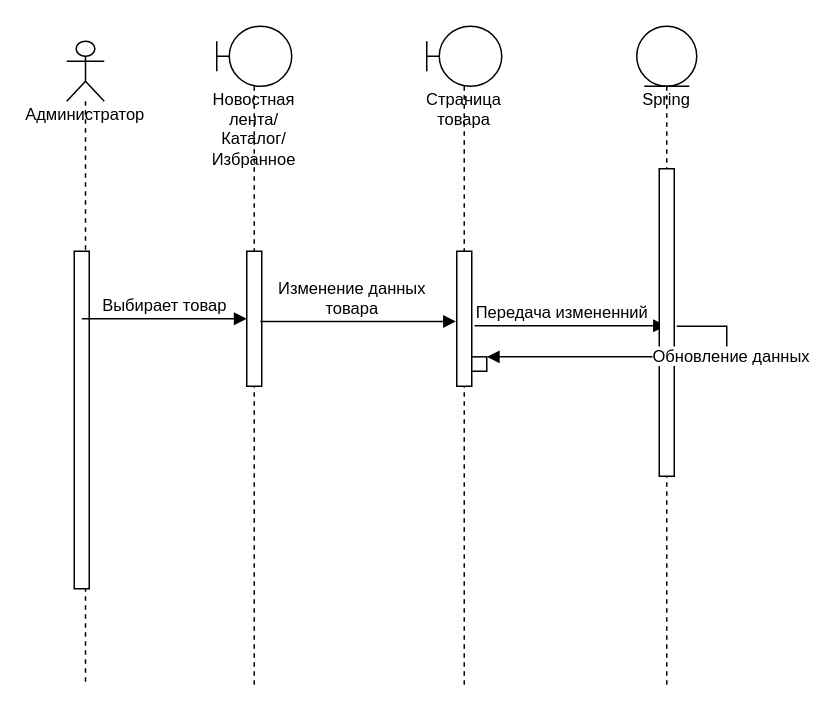
The draw.io diagram page "Администратор" (5 of 5) of Сис. инж. UseCase.drawio in Rattokun/ModelRep, before the edit. Source tidied: cells renumbered, new cells numbered last; positions are measured from the earlier drawing's top-left corner, leaving out a move shared by most shapes. Both pictures are drawn from the tidied source at 150%, with x=0, y=0 at pixel (66, 26).
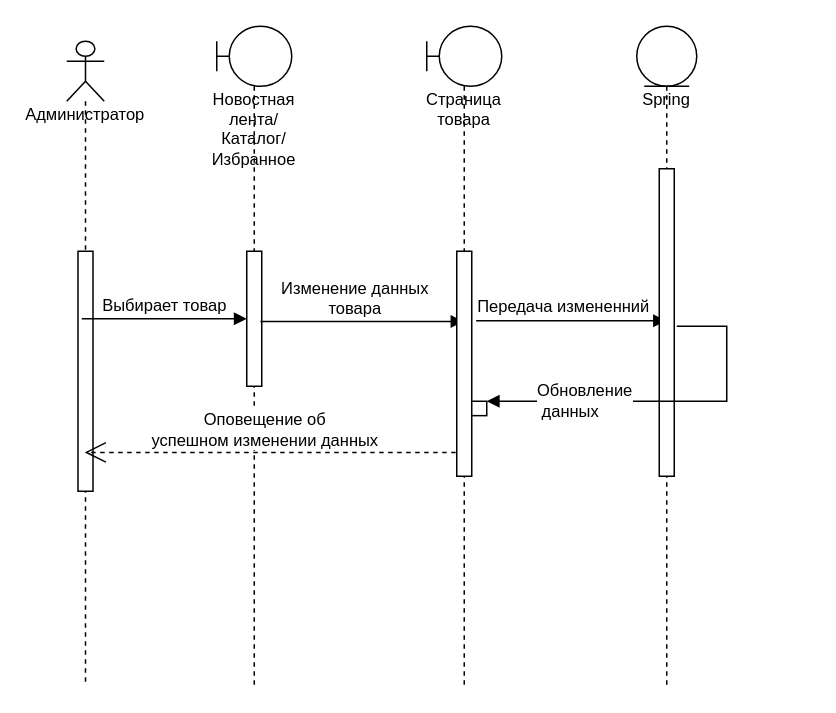
After the change.

Diff of the diagram source:
```diff
@@
 <mxGraphModel>
   <root>
     <mxCell id="0" />
     <mxCell id="1" parent="0" />
     <mxCell id="2" value="Администратор&lt;br&gt;" style="shape=umlLifeline;participant=umlActor;perimeter=lifelinePerimeter;whiteSpace=wrap;html=1;verticalAlign=top;spacingTop=36;outlineConnect=0;fontFamily=Helvetica;fontSize=11;fontColor=default;" parent="1" vertex="1">
       <mxGeometry y="10" width="25" height="430" as="geometry" />
     </mxCell>
     <mxCell id="3" style="html=1;perimeter=orthogonalPerimeter;fontFamily=Helvetica;fontSize=11;fontColor=default;" parent="2" vertex="1">
-      <mxGeometry x="5" y="140" width="10" height="225" as="geometry" />
+      <mxGeometry x="7.5" y="140" width="10" height="160" as="geometry" />
     </mxCell>
     <mxCell id="4" value="Новостная лента/Каталог/&lt;br&gt;Избранное" style="shape=umlLifeline;participant=umlBoundary;perimeter=lifelinePerimeter;whiteSpace=wrap;html=1;verticalAlign=top;spacingTop=36;fontFamily=Helvetica;fontSize=11;fontColor=default;" parent="1" vertex="1">
       <mxGeometry x="100" width="50" height="440" as="geometry" />
     </mxCell>
     <mxCell id="5" style="html=1;points=[];perimeter=orthogonalPerimeter;fontFamily=Helvetica;fontSize=11;fontColor=default;" parent="4" vertex="1">
       <mxGeometry x="20" y="150" width="10" height="90" as="geometry" />
     </mxCell>
     <mxCell id="6" value="Выбирает товар" style="html=1;verticalAlign=bottom;endArrow=block;rounded=0;labelBackgroundColor=default;strokeColor=default;fontFamily=Helvetica;fontSize=11;fontColor=default;shape=connector;" parent="1" edge="1" target="5">
       <mxGeometry relative="1" as="geometry">
         <mxPoint x="10" y="195" as="sourcePoint" />
       </mxGeometry>
     </mxCell>
-    <mxCell id="7" value="Изменение данных&lt;br&gt;товара" style="html=1;verticalAlign=bottom;endArrow=block;rounded=0;labelBackgroundColor=default;strokeColor=default;fontFamily=Helvetica;fontSize=11;fontColor=default;shape=connector;entryX=-0.05;entryY=0.52;entryDx=0;entryDy=0;entryPerimeter=0;" parent="1" edge="1" target="9">
+    <mxCell id="7" value="Изменение данных&lt;br&gt;товара" style="html=1;verticalAlign=bottom;endArrow=block;rounded=0;labelBackgroundColor=default;strokeColor=default;fontFamily=Helvetica;fontSize=11;fontColor=default;shape=connector;" parent="1" edge="1" target="8">
       <mxGeometry x="-0.07" relative="1" as="geometry">
         <mxPoint x="129.1" y="196.8" as="sourcePoint" />
       </mxGeometry>
     </mxCell>
     <mxCell id="8" value="Страница товара" style="shape=umlLifeline;participant=umlBoundary;perimeter=lifelinePerimeter;whiteSpace=wrap;html=1;verticalAlign=top;spacingTop=36;outlineConnect=0;fontFamily=Helvetica;fontSize=11;fontColor=default;" parent="1" vertex="1">
       <mxGeometry x="240" width="50" height="440" as="geometry" />
     </mxCell>
     <mxCell id="9" style="html=1;points=[];perimeter=orthogonalPerimeter;fontFamily=Helvetica;fontSize=11;fontColor=default;" parent="8" vertex="1">
-      <mxGeometry x="20" y="150" width="10" height="90" as="geometry" />
+      <mxGeometry x="20" y="150" width="10" height="150" as="geometry" />
     </mxCell>
     <mxCell id="10" style="html=1;points=[];perimeter=orthogonalPerimeter;fontFamily=Helvetica;fontSize=11;fontColor=default;" parent="8" vertex="1">
-      <mxGeometry x="30" y="220.4" width="10" height="9.6" as="geometry" />
+      <mxGeometry x="30" y="250" width="10" height="9.6" as="geometry" />
     </mxCell>
-    <mxCell id="11" value="Передача измененний&lt;br&gt;" style="html=1;verticalAlign=bottom;endArrow=block;rounded=0;labelBackgroundColor=default;strokeColor=default;fontFamily=Helvetica;fontSize=11;fontColor=default;shape=connector;exitX=1.186;exitY=0.552;exitDx=0;exitDy=0;exitPerimeter=0;" parent="1" edge="1" source="9" target="12">
+    <mxCell id="11" value="Передача измененний&lt;br&gt;" style="html=1;verticalAlign=bottom;endArrow=block;rounded=0;labelBackgroundColor=default;strokeColor=default;fontFamily=Helvetica;fontSize=11;fontColor=default;shape=connector;exitX=1.296;exitY=0.309;exitDx=0;exitDy=0;exitPerimeter=0;" parent="1" edge="1" source="9" target="12">
       <mxGeometry x="-0.09" relative="1" as="geometry" />
     </mxCell>
     <mxCell id="12" value="Spring&lt;br&gt;" style="shape=umlLifeline;participant=umlEntity;perimeter=lifelinePerimeter;whiteSpace=wrap;html=1;verticalAlign=top;spacingTop=36;outlineConnect=0;fontFamily=Helvetica;fontSize=11;fontColor=default;" parent="1" vertex="1">
       <mxGeometry x="380" width="40" height="440" as="geometry" />
     </mxCell>
     <mxCell id="13" style="html=1;perimeter=orthogonalPerimeter;fontFamily=Helvetica;fontSize=11;fontColor=default;" parent="12" vertex="1">
       <mxGeometry x="15" y="95" width="10" height="205" as="geometry" />
     </mxCell>
-    <mxCell id="14" value="Обновление данных" style="edgeStyle=orthogonalEdgeStyle;html=1;align=left;spacingLeft=2;endArrow=block;rounded=0;entryX=1;entryY=0;labelBackgroundColor=default;strokeColor=default;fontFamily=Helvetica;fontSize=11;fontColor=default;shape=connector;exitX=1.167;exitY=0.242;exitDx=0;exitDy=0;exitPerimeter=0;" parent="12" edge="1" target="10">
-      <mxGeometry relative="1" as="geometry">
+    <mxCell id="14" value="Обновление&lt;br&gt;&amp;nbsp;данных" style="edgeStyle=orthogonalEdgeStyle;html=1;align=left;spacingLeft=2;endArrow=block;rounded=0;entryX=1;entryY=0;labelBackgroundColor=default;strokeColor=default;fontFamily=Helvetica;fontSize=11;fontColor=default;shape=connector;exitX=1.167;exitY=0.242;exitDx=0;exitDy=0;exitPerimeter=0;" parent="12" edge="1" target="10">
+      <mxGeometry x="0.75" relative="1" as="geometry">
         <mxPoint x="26.7" y="200" as="sourcePoint" />
         <Array as="points">
-          <mxPoint x="60" y="200.4" />
-          <mxPoint x="60" y="220.4" />
+          <mxPoint x="60" y="200" />
+          <mxPoint x="60" y="250" />
         </Array>
       </mxGeometry>
     </mxCell>
+    <mxCell id="15" value="Оповещение об &lt;br&gt;успешном изменении данных" style="endArrow=open;endSize=12;dashed=1;html=1;rounded=0;labelBackgroundColor=default;strokeColor=default;fontFamily=Helvetica;fontSize=11;fontColor=default;shape=connector;exitX=-0.071;exitY=0.894;exitDx=0;exitDy=0;exitPerimeter=0;" parent="1" edge="1" source="9" target="2">
+      <mxGeometry x="0.03" y="-15" relative="1" as="geometry" />
+    </mxCell>
   </root>
 </mxGraphModel>
```
